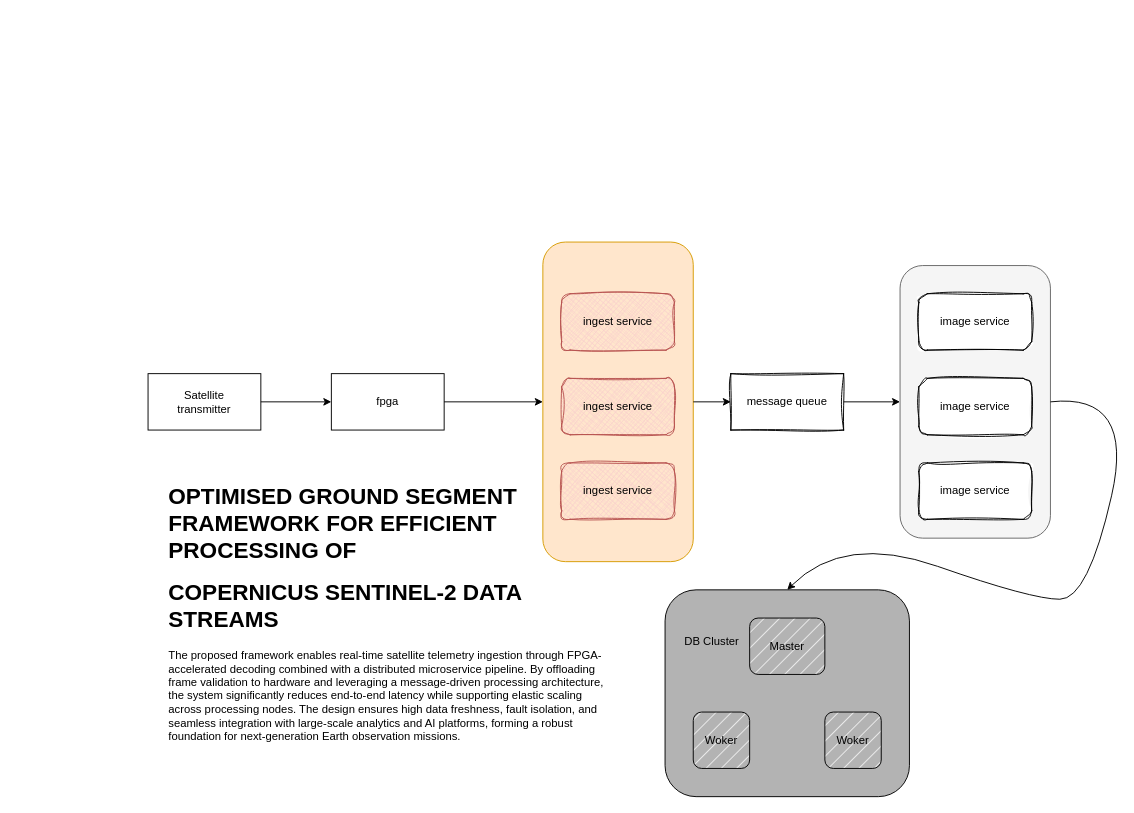
Before: SA1.drawio in brilliantnarlo/system-design, a draw.io diagram. Source tidied: cells renumbered, new cells numbered last; positions are measured from the earlier drawing's top-left corner, leaving out a move shared by most shapes. Both pictures are drawn from the tidied source at 94%, with x=0, y=0 at pixel (148, 242).
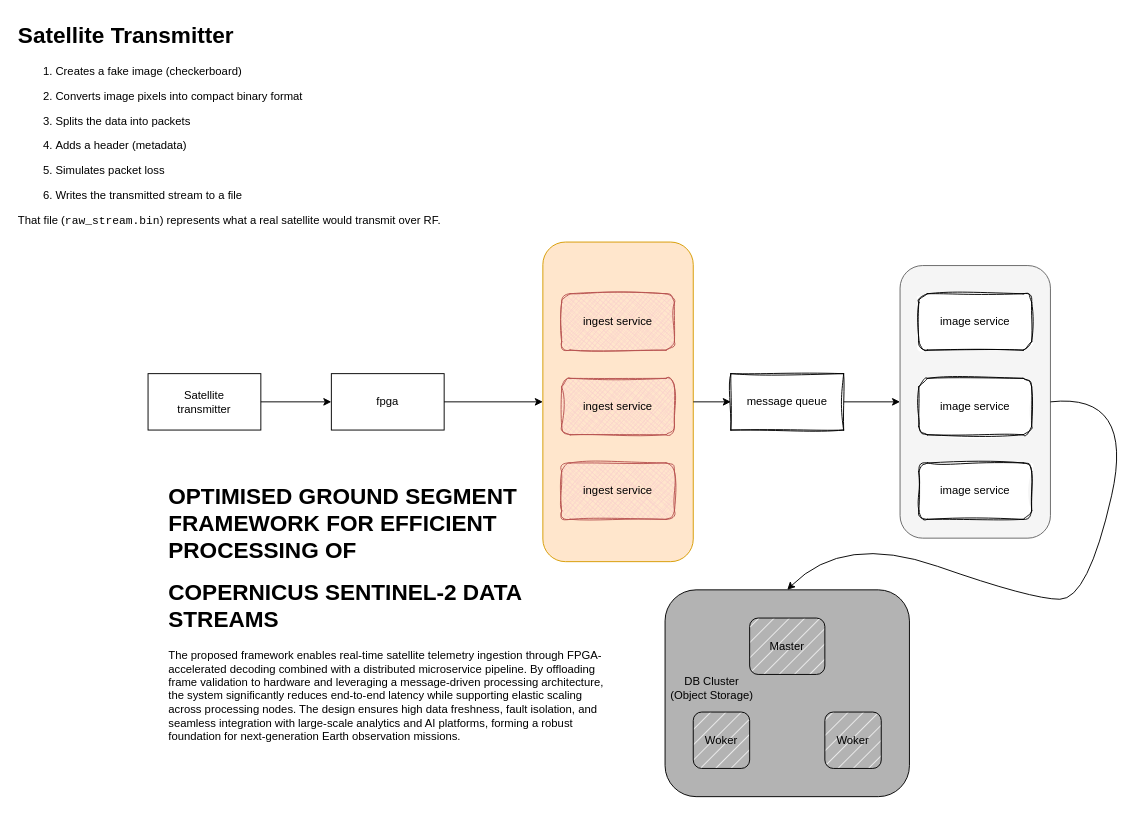
Above is the later version.

Diff of the diagram source:
```diff
@@
-    <mxCell id="21" value="DB Cluster" style="text;html=1;whiteSpace=wrap;strokeColor=none;fillColor=none;align=center;verticalAlign=middle;rounded=0;" parent="1" vertex="1">
-      <mxGeometry x="570" y="410" width="60" height="30" as="geometry" />
+    <mxCell id="21" value="DB Cluster (Object Storage)" style="text;html=1;whiteSpace=wrap;strokeColor=none;fillColor=none;align=center;verticalAlign=middle;rounded=0;" parent="1" vertex="1">
+      <mxGeometry x="550" y="460" width="100" height="30" as="geometry" />
     </mxCell>
@@
+    <mxCell id="24" value="&lt;h1 style=&quot;margin-top: 0px;&quot;&gt;Satellite Transmitter&lt;/h1&gt;&lt;ol&gt;&lt;li&gt;&lt;p&gt;Creates a fake image (checkerboard)&lt;/p&gt;&lt;/li&gt;&lt;li&gt;&lt;p&gt;Converts image pixels into compact binary format&lt;/p&gt;&lt;/li&gt;&lt;li&gt;&lt;p&gt;Splits the data into packets&lt;/p&gt;&lt;/li&gt;&lt;li&gt;&lt;p&gt;Adds a header (metadata)&lt;/p&gt;&lt;/li&gt;&lt;li&gt;&lt;p&gt;Simulates packet loss&lt;/p&gt;&lt;/li&gt;&lt;li&gt;&lt;p&gt;&lt;span style=&quot;background-color: transparent; color: light-dark(rgb(0, 0, 0), rgb(255, 255, 255));&quot;&gt;Writes the transmitted stream to a file&lt;/span&gt;&lt;/p&gt;&lt;/li&gt;&lt;/ol&gt;&lt;p&gt;That file (&lt;code&gt;raw_stream.bin&lt;/code&gt;) represents what a real satellite would transmit over RF.&lt;/p&gt;" style="text;html=1;whiteSpace=wrap;overflow=hidden;rounded=0;" parent="1" vertex="1">
+      <mxGeometry x="-140" y="-240" width="470" height="290" as="geometry" />
+    </mxCell>
```
